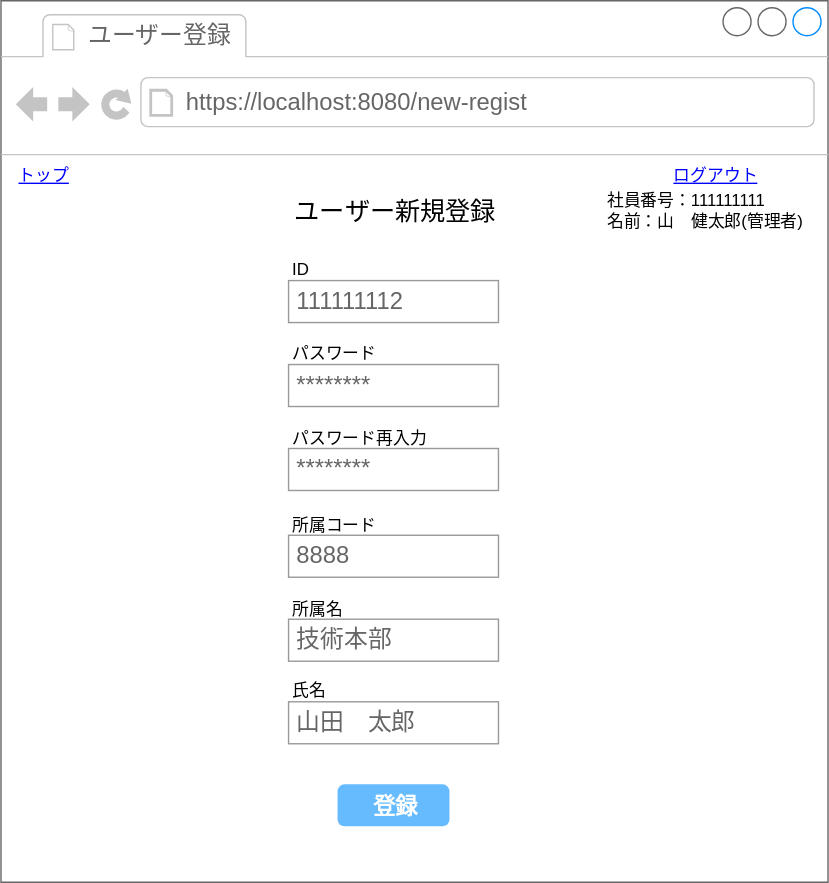
Above: 基本設計/画面設計図/511_newregist.drawio.svg in ICT-Training-2026/team-project-15 (draw.io), before the change. Source tidied: cells renumbered, new cells last; positions are measured from the earlier drawing's top-left corner, leaving out a move shared by most shapes.
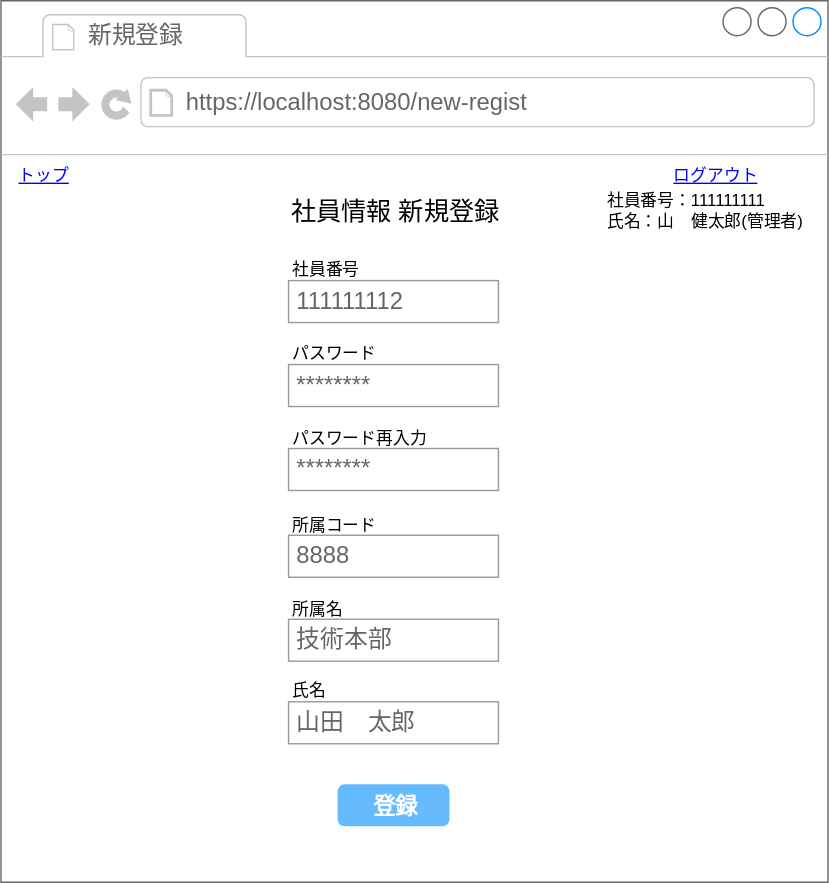
The same file after the commit.

Change to the diagram source:
```diff
@@ -5,20 +5,20 @@
     <mxCell id="2" style="strokeWidth=1;shadow=0;dashed=0;align=center;html=1;shape=mxgraph.mockup.containers.browserWindow;rSize=0;strokeColor=#666666;strokeColor2=#008cff;strokeColor3=#c4c4c4;mainText=,;" parent="1" vertex="1">
       <mxGeometry width="591" height="630" as="geometry" />
     </mxCell>
-    <mxCell id="3" value="ユーザー登録" style="strokeWidth=1;shadow=0;dashed=0;align=center;html=1;shape=mxgraph.mockup.containers.anchor;fontSize=17;fontColor=#666666;align=left;whiteSpace=wrap;" parent="2" vertex="1">
+    <mxCell id="3" value="新規登録" style="strokeWidth=1;shadow=0;dashed=0;align=center;html=1;shape=mxgraph.mockup.containers.anchor;fontSize=17;fontColor=#666666;align=left;whiteSpace=wrap;" parent="2" vertex="1">
       <mxGeometry x="60" y="12" width="110" height="26" as="geometry" />
     </mxCell>
     <mxCell id="4" value="https://localhost:8080/new-regist" style="strokeWidth=1;shadow=0;dashed=0;align=center;html=1;shape=mxgraph.mockup.containers.anchor;rSize=0;fontSize=17;fontColor=#666666;align=left;" parent="2" vertex="1">
       <mxGeometry x="130" y="60" width="250" height="26" as="geometry" />
     </mxCell>
-    <mxCell id="5" value="&lt;span style=&quot;font-size: 18px;&quot;&gt;ユーザー新規登録&lt;/span&gt;" style="text;html=1;align=center;verticalAlign=middle;strokeColor=none;fillColor=none;" parent="2" vertex="1">
+    <mxCell id="5" value="&lt;span style=&quot;font-size: 18px;&quot;&gt;社員情報 新規登録&lt;/span&gt;" style="text;html=1;align=center;verticalAlign=middle;strokeColor=none;fillColor=none;" parent="2" vertex="1">
       <mxGeometry x="195.5" y="131" width="170" height="40" as="geometry" />
     </mxCell>
     <mxCell id="6" value="111111112" style="strokeWidth=1;shadow=0;dashed=0;align=center;html=1;shape=mxgraph.mockup.forms.pwField;strokeColor=#999999;mainText=;align=left;fontColor=#666666;fontSize=17;spacingLeft=3;" parent="2" vertex="1">
       <mxGeometry x="205.5" y="200" width="150" height="30" as="geometry" />
     </mxCell>
-    <mxCell id="7" value="ID" style="text;html=1;align=left;verticalAlign=middle;strokeColor=none;fillColor=none;" parent="2" vertex="1">
-      <mxGeometry x="205.5" y="177" width="40" height="30" as="geometry" />
+    <mxCell id="7" value="社員番号" style="text;html=1;align=left;verticalAlign=middle;strokeColor=none;fillColor=none;" parent="2" vertex="1">
+      <mxGeometry x="205.5" y="177" width="70" height="30" as="geometry" />
     </mxCell>
     <mxCell id="8" value="パスワード" style="text;html=1;align=left;verticalAlign=middle;strokeColor=none;fillColor=none;" parent="2" vertex="1">
       <mxGeometry x="205.5" y="237" width="80" height="30" as="geometry" />
@@ -29,7 +29,7 @@
     <mxCell id="10" value="&lt;font style=&quot;color: rgb(0, 0, 255);&quot;&gt;&lt;u&gt;トップ&lt;/u&gt;&lt;/font&gt;" style="text;html=1;align=center;verticalAlign=middle;strokeColor=none;fillColor=none;" parent="2" vertex="1">
       <mxGeometry y="110" width="60" height="30" as="geometry" />
     </mxCell>
-    <mxCell id="11" value="社員番号：111111111&lt;div&gt;名前：山　健太郎(管理者)&lt;/div&gt;" style="text;html=1;align=left;verticalAlign=middle;strokeColor=none;fillColor=none;" parent="2" vertex="1">
+    <mxCell id="11" value="社員番号：111111111&lt;div&gt;氏名：山　健太郎(管理者)&lt;/div&gt;" style="text;html=1;align=left;verticalAlign=middle;strokeColor=none;fillColor=none;" parent="2" vertex="1">
       <mxGeometry x="431" y="130" width="160" height="40" as="geometry" />
     </mxCell>
     <mxCell id="12" value="登録" style="strokeWidth=1;shadow=0;dashed=0;align=center;html=1;shape=mxgraph.mockup.forms.rrect;rSize=5;strokeColor=none;fontColor=#ffffff;fillColor=#66bbff;fontSize=16;fontStyle=1;" parent="2" vertex="1">
```
